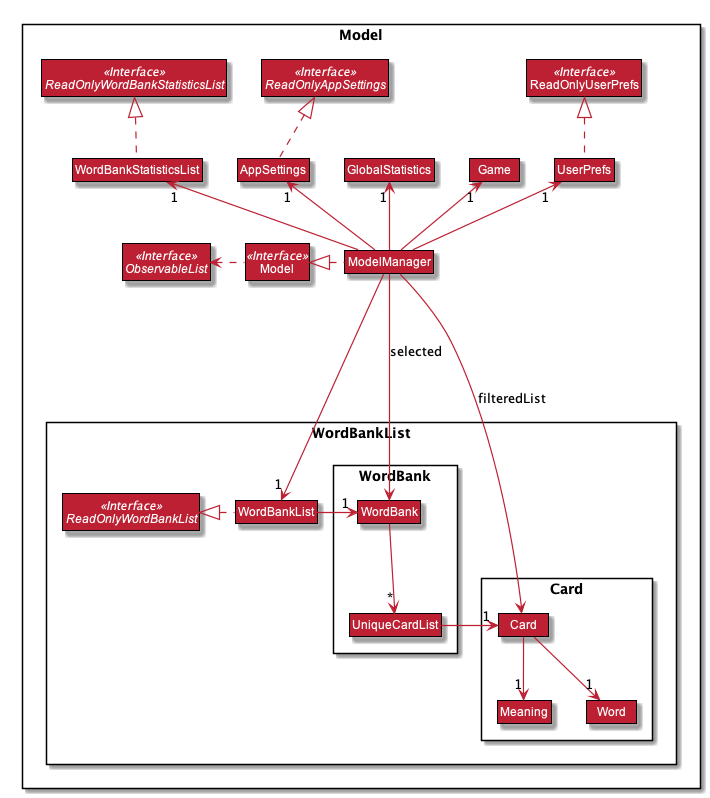
nus-cs2103-AY1920S1/addressbook-level3 keeps this PlantUML diagram as docs/images/ModelClassDiagram.png. Above is the earlier version.
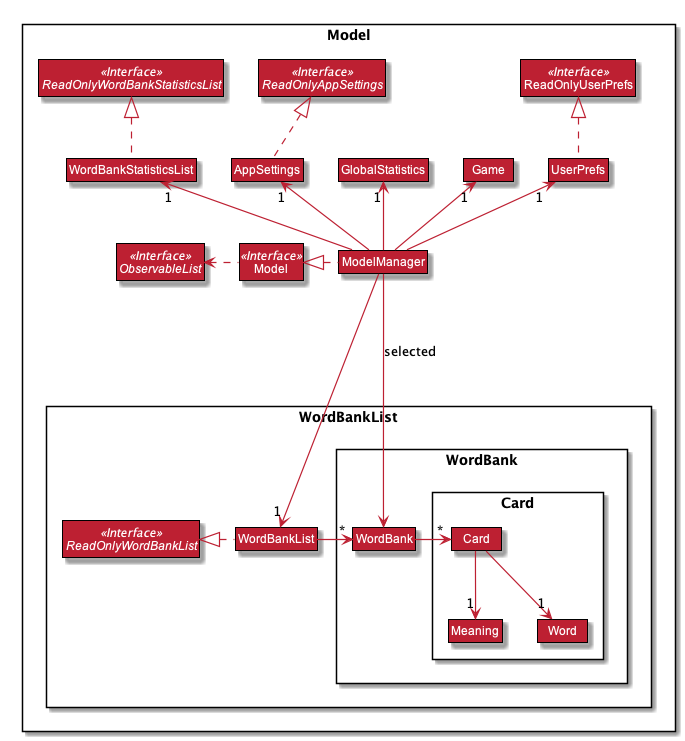
After the commit.

What changed in the source:
```diff
@@ -1,4 +1,5 @@
 @startuml
+
 
 
 
@@ -76,12 +77,10 @@
 
 Package WordBankList {
 Interface ReadOnlyWordBankList <<Interface>>
+Class WordBankList
 
-Class WordBankList
 Package WordBank {
 Class WordBank
-Class UniqueCardList
-}
 
 Package Card {
 Class Card
@@ -94,6 +93,7 @@
 WordBankStatisticsList .up.|> ReadOnlyWordBankStatisticsList
 AppSettings .up.|> ReadOnlyAppSettings
 
+
 ModelManager .left.|> Model
 Model .left.> ObservableList
 ModelManager -down--> "1" WordBankList
@@ -104,13 +104,11 @@
 ModelManager -up-> "1" Game
 UserPrefs .up.|> ReadOnlyUserPrefs
 
-WordBankList -right-> "1" WordBank
-WordBank --> "*" UniqueCardList
-UniqueCardList -right-> "1" Card
+WordBankList -right-> "*" WordBank
+WordBank -right-> "*" Card
 Card --> "1" Word
 Card --> "1" Meaning
 
 ModelManager --> WordBank : selected
-ModelManager --> Card : filteredList
 
 @enduml
```
